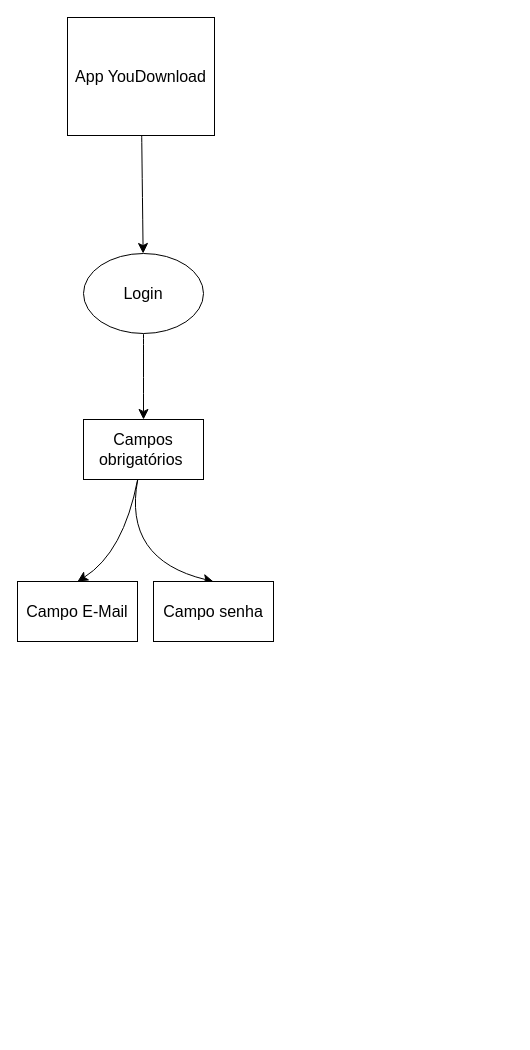
The draw.io diagram Youdownload.drawio in gabrimota/Diagramas, before the edit. Source tidied: cells renumbered, new cells numbered last; positions are measured from the earlier drawing's top-left corner, leaving out a move shared by most shapes. Both pictures are drawn from the tidied source at 100%, with x=0, y=0 at pixel (17, 17).
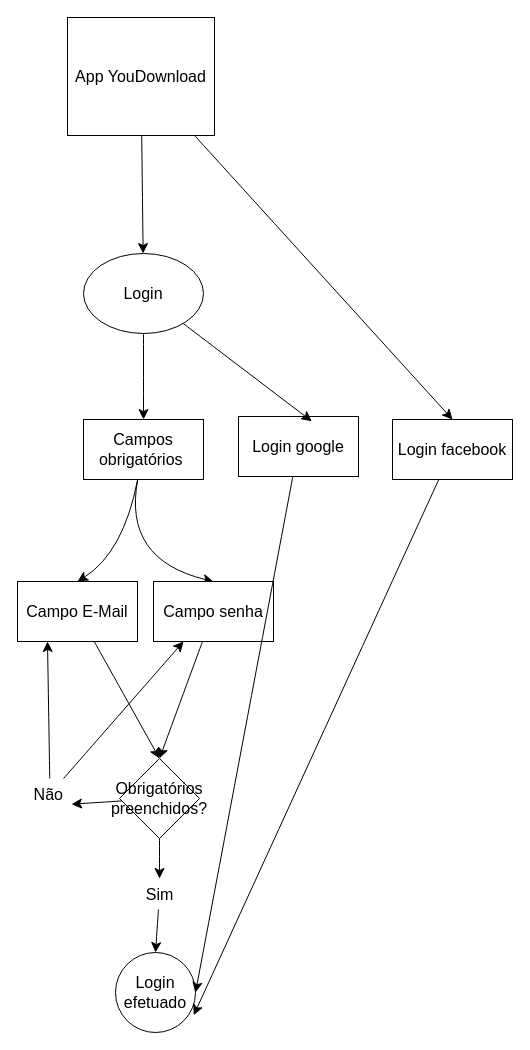
Above is the later version.

Unchanged cells that the change refers to:
```xml
<mxCell id="3" value="App YouDownload" style="rounded=0;whiteSpace=wrap;html=1;fontSize=16;" parent="1" vertex="1">
  <mxGeometry x="50" width="147" height="118" as="geometry" />
</mxCell>
<mxCell id="5" value="Login" style="ellipse;whiteSpace=wrap;html=1;fontSize=16;" parent="1" vertex="1">
  <mxGeometry x="66" y="236" width="120" height="80" as="geometry" />
</mxCell>
<mxCell id="9" value="Campo E-Mail" style="rounded=0;whiteSpace=wrap;html=1;fontSize=16;" parent="1" vertex="1">
  <mxGeometry y="564" width="120" height="60" as="geometry" />
</mxCell>
<mxCell id="10" value="Campo senha" style="rounded=0;whiteSpace=wrap;html=1;fontSize=16;" parent="1" vertex="1">
  <mxGeometry x="136" y="564" width="120" height="60" as="geometry" />
</mxCell>
```

Diff of the diagram source:
```diff
@@
+    <mxCell id="11" style="edgeStyle=none;curved=1;rounded=0;jettySize=auto;html=1;fontSize=12;startSize=8;endSize=8;" parent="1" edge="1" source="12">
+      <mxGeometry relative="1" as="geometry">
+        <mxPoint x="176.2" y="997.7" as="targetPoint" />
+      </mxGeometry>
+    </mxCell>
+    <mxCell id="12" value="Login facebook" style="rounded=0;whiteSpace=wrap;html=1;fontSize=16;" parent="1" vertex="1">
+      <mxGeometry x="375" y="402" width="120" height="60" as="geometry" />
+    </mxCell>
@@
+    <mxCell id="13" style="edgeStyle=none;curved=1;rounded=0;jettySize=auto;html=1;entryX=0.5;entryY=0;entryDx=0;entryDy=0;fontSize=12;startSize=8;endSize=8;" parent="1" edge="1" source="3" target="12">
+      <mxGeometry relative="1" as="geometry" />
+    </mxCell>
@@
+    <mxCell id="14" style="edgeStyle=none;curved=1;rounded=0;jettySize=auto;html=1;entryX=0.5;entryY=0;entryDx=0;entryDy=0;fontSize=12;startSize=8;endSize=8;" parent="1" edge="1" source="9" target="17">
+      <mxGeometry relative="1" as="geometry" />
+    </mxCell>
@@
+    <mxCell id="15" style="edgeStyle=none;curved=1;rounded=0;jettySize=auto;html=1;entryX=0.5;entryY=0;entryDx=0;entryDy=0;fontSize=12;startSize=8;endSize=8;" parent="1" edge="1" source="10" target="17">
+      <mxGeometry relative="1" as="geometry" />
+    </mxCell>
@@
+    <mxCell id="16" style="edgeStyle=none;curved=1;rounded=0;jettySize=auto;html=1;fontSize=12;startSize=8;endSize=8;" parent="1" edge="1" source="17" target="23">
+      <mxGeometry relative="1" as="geometry" />
+    </mxCell>
+    <mxCell id="17" value="Obrigatórios preenchidos?" style="rhombus;whiteSpace=wrap;html=1;fontSize=16;" parent="1" vertex="1">
+      <mxGeometry x="102" y="741" width="80" height="80" as="geometry" />
+    </mxCell>
+    <mxCell id="18" style="edgeStyle=none;curved=1;rounded=0;jettySize=auto;html=1;entryX=0.25;entryY=1;entryDx=0;entryDy=0;fontSize=12;startSize=8;endSize=8;" parent="1" edge="1" source="20" target="9">
+      <mxGeometry relative="1" as="geometry" />
+    </mxCell>
+    <mxCell id="19" style="edgeStyle=none;curved=1;rounded=0;jettySize=auto;html=1;entryX=0.25;entryY=1;entryDx=0;entryDy=0;fontSize=12;startSize=8;endSize=8;" parent="1" edge="1" source="20" target="10">
+      <mxGeometry relative="1" as="geometry" />
+    </mxCell>
+    <mxCell id="20" value="Não&amp;nbsp;" style="text;html=1;align=center;verticalAlign=middle;points=[];strokeColor=none;fillColor=none;fontSize=16;" parent="1" vertex="1">
+      <mxGeometry x="7" y="761" width="51" height="31" as="geometry" />
+    </mxCell>
+    <mxCell id="21" style="edgeStyle=none;curved=1;rounded=0;jettySize=auto;html=1;entryX=0.922;entryY=0.829;entryDx=0;entryDy=0;entryPerimeter=0;fontSize=12;startSize=8;endSize=8;" parent="1" edge="1" source="17" target="20">
+      <mxGeometry relative="1" as="geometry" />
+    </mxCell>
+    <mxCell id="22" style="edgeStyle=none;curved=1;rounded=0;jettySize=auto;html=1;entryX=0.5;entryY=0;entryDx=0;entryDy=0;fontSize=12;startSize=8;endSize=8;" parent="1" edge="1" source="23" target="24">
+      <mxGeometry relative="1" as="geometry" />
+    </mxCell>
+    <mxCell id="23" value="Sim" style="text;html=1;align=center;verticalAlign=middle;points=[];strokeColor=none;fillColor=none;fontSize=16;" parent="1" vertex="1">
+      <mxGeometry x="119.5" y="861" width="45" height="31" as="geometry" />
+    </mxCell>
+    <mxCell id="24" value="Login efetuado" style="ellipse;whiteSpace=wrap;html=1;fontSize=16;" parent="1" vertex="1">
+      <mxGeometry x="98" y="935" width="80" height="80" as="geometry" />
+    </mxCell>
+    <mxCell id="25" style="edgeStyle=none;curved=1;rounded=0;jettySize=auto;html=1;entryX=1;entryY=0.5;entryDx=0;entryDy=0;fontSize=12;startSize=8;endSize=8;" parent="1" edge="1" source="26" target="24">
+      <mxGeometry relative="1" as="geometry" />
+    </mxCell>
+    <mxCell id="26" value="Login google" style="rounded=0;whiteSpace=wrap;html=1;fontSize=16;" parent="1" vertex="1">
+      <mxGeometry x="221" y="399" width="120" height="60" as="geometry" />
+    </mxCell>
+    <mxCell id="27" style="edgeStyle=none;curved=1;rounded=0;jettySize=auto;html=1;entryX=0.611;entryY=0.08;entryDx=0;entryDy=0;entryPerimeter=0;fontSize=12;startSize=8;endSize=8;" parent="1" edge="1" source="5" target="26">
+      <mxGeometry relative="1" as="geometry" />
+    </mxCell>
```
